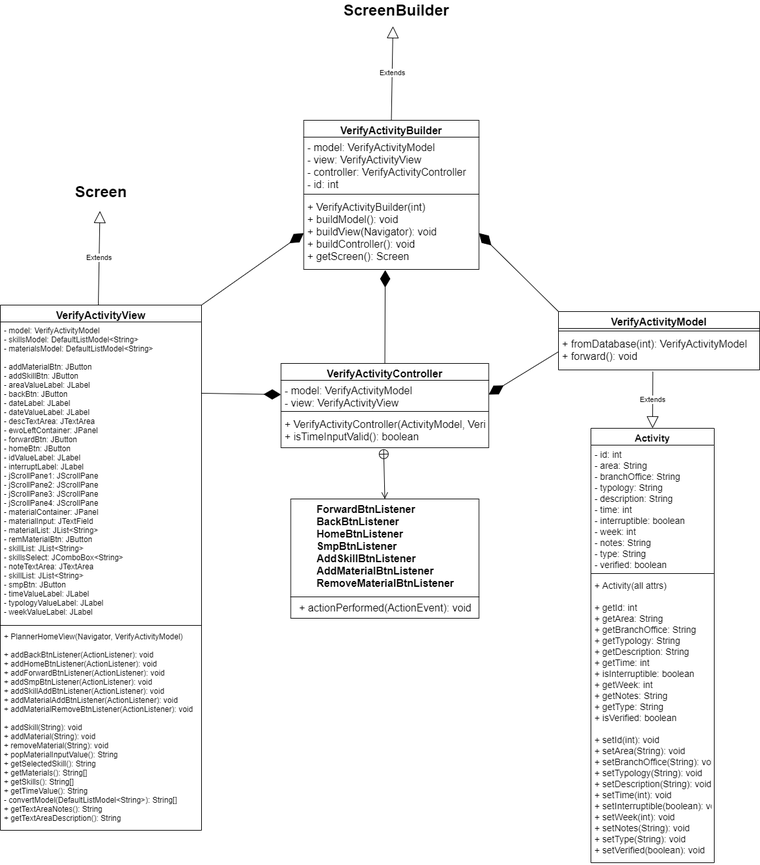
The draw.io diagram progettazione/MaintenanceAppVerifyActivity.png in MyUniversityProjects/MaintenanceApplication, before a commit. Source tidied: cells renumbered, new cells last; positions are measured from the earlier drawing's top-left corner, leaving out a move shared by most shapes.
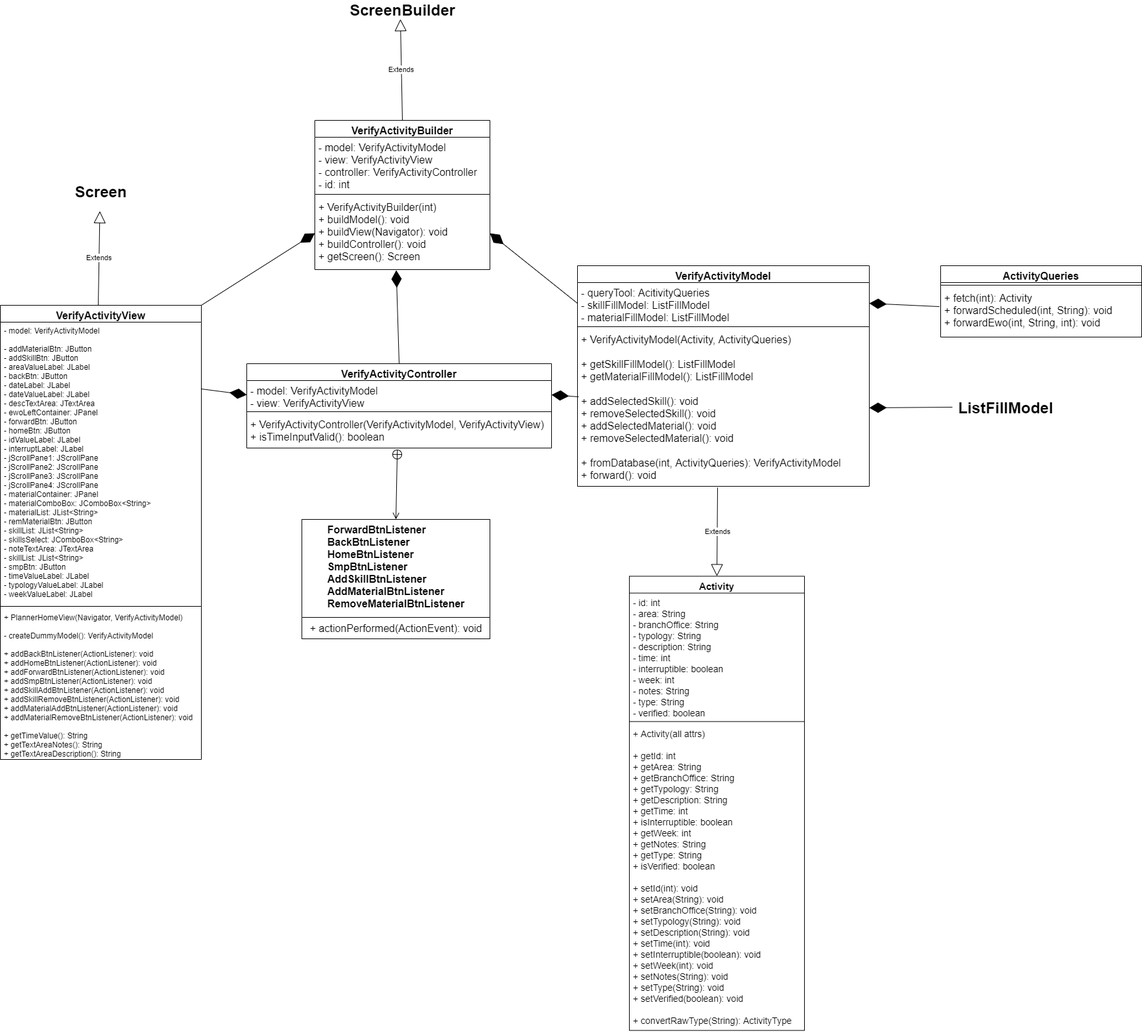
The same diagram one commit later.

Commit message:
add ManageUsers design and update VerifyActivity design

Diff of the diagram source:
```diff
@@ -3,42 +3,42 @@
     <mxCell id="0" />
     <mxCell id="1" parent="0" />
     <mxCell id="2" value="Activity" style="swimlane;fontStyle=1;align=center;verticalAlign=top;horizontal=1;startSize=26;fontSize=15;" parent="1" vertex="1">
-      <mxGeometry x="910" y="660" width="190" height="670" as="geometry" />
+      <mxGeometry x="970" y="887.5" width="270" height="700" as="geometry" />
     </mxCell>
     <mxCell id="3" value="- id: int&#10;- area: String&#10;- branchOffice: String&#10;- typology: String&#10;- description: String&#10;- time: int&#10;- interruptible: boolean&#10;- week: int&#10;- notes: String&#10;- type: String&#10;- verified: boolean" style="text;strokeColor=none;fillColor=none;align=left;verticalAlign=top;spacingLeft=4;spacingRight=4;overflow=hidden;fontSize=14;" parent="2" vertex="1">
-      <mxGeometry y="26" width="190" height="194" as="geometry" />
+      <mxGeometry y="26" width="270" height="194" as="geometry" />
     </mxCell>
     <mxCell id="4" style="line;strokeWidth=1;fillColor=none;align=left;verticalAlign=middle;spacingTop=-1;spacingLeft=3;spacingRight=3;labelPosition=right;" parent="2" vertex="1">
-      <mxGeometry y="220" width="190" height="8" as="geometry" />
+      <mxGeometry y="220" width="270" height="8" as="geometry" />
     </mxCell>
-    <mxCell id="5" value="+ Activity(all attrs)&#10;&#10;+ getId: int&#10;+ getArea: String&#10;+ getBranchOffice: String&#10;+ getTypology: String&#10;+ getDescription: String&#10;+ getTime: int&#10;+ isInterruptible: boolean&#10;+ getWeek: int&#10;+ getNotes: String&#10;+ getType: String&#10;+ isVerified: boolean&#10;&#10;+ setId(int): void&#10;+ setArea(String): void&#10;+ setBranchOffice(String): void&#10;+ setTypology(String): void&#10;+ setDescription(String): void&#10;+ setTime(int): void&#10;+ setInterruptible(boolean): void&#10;+ setWeek(int): void&#10;+ setNotes(String): void&#10;+ setType(String): void&#10;+ setVerified(boolean): void" style="text;strokeColor=none;fillColor=none;align=left;verticalAlign=top;spacingLeft=4;spacingRight=4;overflow=hidden;fontSize=14;" parent="2" vertex="1">
-      <mxGeometry y="228" width="190" height="442" as="geometry" />
+    <mxCell id="5" value="+ Activity(all attrs)&#10;&#10;+ getId: int&#10;+ getArea: String&#10;+ getBranchOffice: String&#10;+ getTypology: String&#10;+ getDescription: String&#10;+ getTime: int&#10;+ isInterruptible: boolean&#10;+ getWeek: int&#10;+ getNotes: String&#10;+ getType: String&#10;+ isVerified: boolean&#10;&#10;+ setId(int): void&#10;+ setArea(String): void&#10;+ setBranchOffice(String): void&#10;+ setTypology(String): void&#10;+ setDescription(String): void&#10;+ setTime(int): void&#10;+ setInterruptible(boolean): void&#10;+ setWeek(int): void&#10;+ setNotes(String): void&#10;+ setType(String): void&#10;+ setVerified(boolean): void&#10;&#10;+ convertRawType(String): ActivityType" style="text;strokeColor=none;fillColor=none;align=left;verticalAlign=top;spacingLeft=4;spacingRight=4;overflow=hidden;fontSize=14;" parent="2" vertex="1">
+      <mxGeometry y="228" width="270" height="472" as="geometry" />
     </mxCell>
     <mxCell id="6" value="VerifyActivityView" style="swimlane;fontStyle=1;align=center;verticalAlign=top;horizontal=1;startSize=26;fontSize=16;" parent="1" vertex="1">
-      <mxGeometry y="470" width="310" height="810" as="geometry" />
+      <mxGeometry y="470" width="310" height="700" as="geometry" />
     </mxCell>
-    <mxCell id="7" value="- model: VerifyActivityModel&#10;- skillsModel: DefaultListModel&lt;String&gt;&#10;- materialsModel: DefaultListModel&lt;String&gt;&#10;&#10;- addMaterialBtn: JButton&#10;- addSkillBtn: JButton&#10;- areaValueLabel: JLabel&#10;- backBtn: JButton&#10;- dateLabel: JLabel&#10;- dateValueLabel: JLabel&#10;- descTextArea: JTextArea&#10;- ewoLeftContainer: JPanel&#10;- forwardBtn: JButton&#10;- homeBtn: JButton&#10;- idValueLabel: JLabel&#10;- interruptLabel: JLabel&#10;- jScrollPane1: JScrollPane&#10;- jScrollPane2: JScrollPane&#10;- jScrollPane3: JScrollPane&#10;- jScrollPane4: JScrollPane&#10;- materialContainer: JPanel&#10;- materialInput: JTextField&#10;- materialList: JList&lt;String&gt;&#10;- remMaterialBtn: JButton&#10;- skillList: JList&lt;String&gt;&#10;- skillsSelect: JComboBox&lt;String&gt;&#10;- noteTextArea: JTextArea&#10;- skillList: JList&lt;String&gt;&#10;- smpBtn: JButton&#10;- timeValueLabel: JLabel&#10;- typologyValueLabel: JLabel&#10;- weekValueLabel: JLabel&#10;" style="text;strokeColor=none;fillColor=none;align=left;verticalAlign=top;spacingLeft=4;spacingRight=4;overflow=hidden;points=[[0,0.5],[1,0.5]];portConstraint=eastwest;" parent="6" vertex="1">
-      <mxGeometry y="26" width="310" height="464" as="geometry" />
+    <mxCell id="7" value="- model: VerifyActivityModel&#10;&#10;- addMaterialBtn: JButton&#10;- addSkillBtn: JButton&#10;- areaValueLabel: JLabel&#10;- backBtn: JButton&#10;- dateLabel: JLabel&#10;- dateValueLabel: JLabel&#10;- descTextArea: JTextArea&#10;- ewoLeftContainer: JPanel&#10;- forwardBtn: JButton&#10;- homeBtn: JButton&#10;- idValueLabel: JLabel&#10;- interruptLabel: JLabel&#10;- jScrollPane1: JScrollPane&#10;- jScrollPane2: JScrollPane&#10;- jScrollPane3: JScrollPane&#10;- jScrollPane4: JScrollPane&#10;- materialContainer: JPanel&#10;- materialComboBox: JComboBox&lt;String&gt;&#10;- materialList: JList&lt;String&gt;&#10;- remMaterialBtn: JButton&#10;- skillList: JList&lt;String&gt;&#10;- skillsSelect: JComboBox&lt;String&gt;&#10;- noteTextArea: JTextArea&#10;- skillList: JList&lt;String&gt;&#10;- smpBtn: JButton&#10;- timeValueLabel: JLabel&#10;- typologyValueLabel: JLabel&#10;- weekValueLabel: JLabel&#10;" style="text;strokeColor=none;fillColor=none;align=left;verticalAlign=top;spacingLeft=4;spacingRight=4;overflow=hidden;points=[[0,0.5],[1,0.5]];portConstraint=eastwest;" parent="6" vertex="1">
+      <mxGeometry y="26" width="310" height="434" as="geometry" />
     </mxCell>
     <mxCell id="8" style="line;strokeWidth=1;fillColor=none;align=left;verticalAlign=middle;spacingTop=-1;spacingLeft=3;spacingRight=3;labelPosition=right;" parent="6" vertex="1">
-      <mxGeometry y="490" width="310" height="8" as="geometry" />
+      <mxGeometry y="460" width="310" height="8" as="geometry" />
     </mxCell>
-    <mxCell id="9" value="+ PlannerHomeView(Navigator, VerifyActivityModel)&#10;&#10;+ addBackBtnListener(ActionListener): void&#10;+ addHomeBtnListener(ActionListener): void&#10;+ addForwardBtnListener(ActionListener): void&#10;+ addSmpBtnListener(ActionListener): void&#10;+ addSkillAddBtnListener(ActionListener): void&#10;+ addMaterialAddBtnListener(ActionListener): void&#10;+ addMaterialRemoveBtnListener(ActionListener): void&#10;&#10;+ addSkill(String): void&#10;+ addMaterial(String): void&#10;+ removeMaterial(String): void&#10;+ popMaterialInputValue(): String&#10;+ getSelectedSkill(): String&#10;+ getMaterials(): String[]&#10;+ getSkills(): String[]&#10;+ getTimeValue(): String&#10;- convertModel(DefaultListModel&lt;String&gt;): String[]&#10;+ getTextAreaNotes(): String&#10;+ getTextAreaDescription(): String" style="text;strokeColor=none;fillColor=none;align=left;verticalAlign=top;spacingLeft=4;spacingRight=4;overflow=hidden;" parent="6" vertex="1">
-      <mxGeometry y="498" width="310" height="312" as="geometry" />
+    <mxCell id="9" value="+ PlannerHomeView(Navigator, VerifyActivityModel)&#10;&#10;- createDummyModel(): VerifyActivityModel&#10;&#10;+ addBackBtnListener(ActionListener): void&#10;+ addHomeBtnListener(ActionListener): void&#10;+ addForwardBtnListener(ActionListener): void&#10;+ addSmpBtnListener(ActionListener): void&#10;+ addSkillAddBtnListener(ActionListener): void&#10;+ addSkillRemoveBtnListener(ActionListener): void&#10;+ addMaterialAddBtnListener(ActionListener): void&#10;+ addMaterialRemoveBtnListener(ActionListener): void&#10;&#10;+ getTimeValue(): String&#10;+ getTextAreaNotes(): String&#10;+ getTextAreaDescription(): String" style="text;strokeColor=none;fillColor=none;align=left;verticalAlign=top;spacingLeft=4;spacingRight=4;overflow=hidden;" parent="6" vertex="1">
+      <mxGeometry y="468" width="310" height="232" as="geometry" />
     </mxCell>
     <mxCell id="10" value="VerifyActivityController" style="swimlane;fontStyle=1;align=center;verticalAlign=top;horizontal=1;startSize=26;fontSize=16;" parent="1" vertex="1">
-      <mxGeometry x="432.5" y="560" width="320" height="130" as="geometry" />
+      <mxGeometry x="380" y="560" width="470" height="130" as="geometry" />
     </mxCell>
     <mxCell id="11" value="- model: VerifyActivityModel&#10;- view: VerifyActivityView" style="text;strokeColor=none;fillColor=none;align=left;verticalAlign=top;spacingLeft=4;spacingRight=4;overflow=hidden;points=[[0,0.5],[1,0.5]];portConstraint=eastwest;fontSize=16;" parent="10" vertex="1">
-      <mxGeometry y="26" width="320" height="44" as="geometry" />
+      <mxGeometry y="26" width="470" height="44" as="geometry" />
     </mxCell>
     <mxCell id="12" style="line;strokeWidth=1;fillColor=none;align=left;verticalAlign=middle;spacingTop=-1;spacingLeft=3;spacingRight=3;labelPosition=right;" parent="10" vertex="1">
-      <mxGeometry y="70" width="320" height="8" as="geometry" />
+      <mxGeometry y="70" width="470" height="8" as="geometry" />
     </mxCell>
-    <mxCell id="13" value="+ VerifyActivityController(ActivityModel, VerifyActivityView)&#10;+ isTimeInputValid(): boolean" style="text;strokeColor=none;fillColor=none;align=left;verticalAlign=top;spacingLeft=4;spacingRight=4;overflow=hidden;points=[[0,0.5],[1,0.5]];portConstraint=eastwest;fontSize=16;" parent="10" vertex="1">
-      <mxGeometry y="78" width="320" height="52" as="geometry" />
+    <mxCell id="13" value="+ VerifyActivityController(VerifyActivityModel, VerifyActivityView)&#10;+ isTimeInputValid(): boolean" style="text;strokeColor=none;fillColor=none;align=left;verticalAlign=top;spacingLeft=4;spacingRight=4;overflow=hidden;points=[[0,0.5],[1,0.5]];portConstraint=eastwest;fontSize=16;" parent="10" vertex="1">
+      <mxGeometry y="78" width="470" height="52" as="geometry" />
     </mxCell>
-    <mxCell id="14" style="endArrow=diamondThin;endFill=1;endSize=24;html=1;exitX=0;exitY=0.5;exitDx=0;exitDy=0;entryX=1;entryY=0.5;entryDx=0;entryDy=0;" parent="1" edge="1" source="19" target="11">
+    <mxCell id="14" style="endArrow=diamondThin;endFill=1;endSize=24;html=1;exitX=0.004;exitY=0.43;exitDx=0;exitDy=0;entryX=1;entryY=0.5;entryDx=0;entryDy=0;exitPerimeter=0;" parent="1" edge="1" source="39" target="11">
       <mxGeometry relative="1" as="geometry" />
     </mxCell>
     <mxCell id="15" style="endArrow=diamondThin;endFill=1;endSize=24;html=1;exitX=0.998;exitY=0.237;exitDx=0;exitDy=0;exitPerimeter=0;entryX=0;entryY=0.5;entryDx=0;entryDy=0;" parent="1" edge="1" source="7" target="11">
@@ -47,17 +47,8 @@
     <mxCell id="16" style="endArrow=open;startArrow=circlePlus;endFill=0;startFill=0;endSize=8;html=1;fontSize=13;entryX=0.5;entryY=0;entryDx=0;entryDy=0;exitX=0.494;exitY=1.036;exitDx=0;exitDy=0;exitPerimeter=0;" parent="1" edge="1" source="13" target="28">
       <mxGeometry relative="1" as="geometry" />
     </mxCell>
-    <mxCell id="17" value="VerifyActivityModel" style="swimlane;fontStyle=1;align=center;verticalAlign=top;horizontal=1;startSize=26;fontSize=16;" parent="1" vertex="1">
-      <mxGeometry x="860" y="480" width="310" height="90" as="geometry" />
-    </mxCell>
-    <mxCell id="18" style="line;strokeWidth=1;fillColor=none;align=left;verticalAlign=middle;spacingTop=-1;spacingLeft=3;spacingRight=3;labelPosition=right;" parent="17" vertex="1">
-      <mxGeometry y="26" width="310" height="8" as="geometry" />
-    </mxCell>
-    <mxCell id="19" value="+ fromDatabase(int): VerifyActivityModel&#10;+ forward(): void" style="text;strokeColor=none;fillColor=none;align=left;verticalAlign=top;spacingLeft=4;spacingRight=4;overflow=hidden;points=[[0,0.5],[1,0.5]];portConstraint=eastwest;fontSize=16;" parent="17" vertex="1">
-      <mxGeometry y="34" width="310" height="56" as="geometry" />
-    </mxCell>
     <mxCell id="20" value="VerifyActivityBuilder" style="swimlane;fontStyle=1;align=center;verticalAlign=top;horizontal=1;startSize=26;fontSize=16;" parent="1" vertex="1">
-      <mxGeometry x="467.5" y="185" width="270" height="230" as="geometry" />
+      <mxGeometry x="485" y="185" width="270" height="230" as="geometry" />
     </mxCell>
     <mxCell id="21" value="- model: VerifyActivityModel&#10;- view: VerifyActivityView&#10;- controller: VerifyActivityController&#10;- id: int" style="text;strokeColor=none;fillColor=none;align=left;verticalAlign=top;spacingLeft=4;spacingRight=4;overflow=hidden;fontSize=16;" parent="20" vertex="1">
       <mxGeometry y="26" width="270" height="84" as="geometry" />
@@ -68,19 +59,17 @@
     <mxCell id="23" value="+ VerifyActivityBuilder(int)&#10;+ buildModel(): void&#10;+ buildView(Navigator): void&#10;+ buildController(): void&#10;+ getScreen(): Screen" style="text;strokeColor=none;fillColor=none;align=left;verticalAlign=top;spacingLeft=4;spacingRight=4;overflow=hidden;points=[[0,0.5],[1,0.5]];portConstraint=eastwest;fontSize=16;" parent="20" vertex="1">
       <mxGeometry y="118" width="270" height="112" as="geometry" />
     </mxCell>
-    <mxCell id="24" value="Extends" style="endArrow=block;endSize=16;endFill=0;html=1;exitX=0.5;exitY=0;exitDx=0;exitDy=0;" parent="1" edge="1" source="20">
-      <mxGeometry relative="1" as="geometry">
-        <mxPoint x="605" y="40" as="targetPoint" />
-      </mxGeometry>
+    <mxCell id="24" value="Extends" style="endArrow=block;endSize=16;endFill=0;html=1;exitX=0.5;exitY=0;exitDx=0;exitDy=0;entryX=0.483;entryY=0.967;entryDx=0;entryDy=0;entryPerimeter=0;" parent="1" edge="1" source="20" target="30">
+      <mxGeometry relative="1" as="geometry" />
     </mxCell>
     <mxCell id="25" style="endArrow=diamondThin;endFill=1;endSize=24;html=1;entryX=0.465;entryY=1.009;entryDx=0;entryDy=0;entryPerimeter=0;exitX=0.5;exitY=0;exitDx=0;exitDy=0;" parent="1" edge="1" source="10" target="23">
       <mxGeometry relative="1" as="geometry" />
     </mxCell>
-    <mxCell id="26" value="Extends" style="endArrow=block;endSize=16;endFill=0;html=1;entryX=0.5;entryY=0;entryDx=0;entryDy=0;exitX=0.469;exitY=1.044;exitDx=0;exitDy=0;exitPerimeter=0;" parent="1" edge="1" source="19" target="2">
+    <mxCell id="26" value="Extends" style="endArrow=block;endSize=16;endFill=0;html=1;entryX=0.5;entryY=0;entryDx=0;entryDy=0;exitX=0.48;exitY=1.008;exitDx=0;exitDy=0;exitPerimeter=0;" parent="1" edge="1" source="39" target="2">
       <mxGeometry relative="1" as="geometry" />
     </mxCell>
     <mxCell id="27" style="group;" parent="1" vertex="1">
-      <mxGeometry x="447.5" y="769" width="290" height="184" as="geometry" />
+      <mxGeometry x="465" y="800" width="290" height="184" as="geometry" />
     </mxCell>
     <mxCell id="28" value="&lt;div style=&quot;text-align: left ; font-size: 16px&quot;&gt;&lt;span style=&quot;font-weight: 700&quot;&gt;&lt;font style=&quot;font-size: 16px&quot;&gt;ForwardBtnListener&lt;/font&gt;&lt;/span&gt;&lt;/div&gt;&lt;span style=&quot;font-weight: 700 ; font-size: 16px&quot;&gt;&lt;div style=&quot;text-align: left&quot;&gt;&lt;span&gt;&lt;font style=&quot;font-size: 16px&quot;&gt;BackBtnListener&lt;/font&gt;&lt;/span&gt;&lt;/div&gt;&lt;/span&gt;&lt;div style=&quot;font-weight: 700 ; text-align: left ; font-size: 16px&quot;&gt;&lt;span&gt;&lt;font style=&quot;font-size: 16px&quot;&gt;HomeBtnListener&lt;/font&gt;&lt;/span&gt;&lt;/div&gt;&lt;div style=&quot;font-weight: 700 ; text-align: left ; font-size: 16px&quot;&gt;&lt;font style=&quot;font-size: 16px&quot;&gt;&lt;span&gt;SmpBtnListener&lt;/span&gt;&lt;span&gt;&lt;br&gt;&lt;/span&gt;&lt;/font&gt;&lt;/div&gt;&lt;div style=&quot;text-align: left ; font-size: 16px&quot;&gt;&lt;font style=&quot;font-size: 16px&quot;&gt;&lt;b&gt;AddSkillBtnListener&lt;/b&gt;&lt;br&gt;&lt;/font&gt;&lt;/div&gt;&lt;div style=&quot;text-align: left ; font-size: 16px&quot;&gt;&lt;font style=&quot;font-size: 16px&quot;&gt;&lt;b&gt;AddMaterialBtnListener&lt;/b&gt;&lt;br&gt;&lt;/font&gt;&lt;/div&gt;&lt;div style=&quot;text-align: left ; font-size: 16px&quot;&gt;&lt;b&gt;&lt;font style=&quot;font-size: 16px&quot;&gt;RemoveMaterialBtnListener&lt;/font&gt;&lt;/b&gt;&lt;br&gt;&lt;/div&gt;" style="html=1;rounded=0;shadow=0;glass=0;sketch=0;verticalAlign=top;" parent="27" vertex="1">
       <mxGeometry width="290" height="151" as="geometry" />
@@ -89,7 +78,7 @@
       <mxGeometry y="151" width="290" height="33" as="geometry" />
     </mxCell>
     <mxCell id="30" value="ScreenBuilder" style="text;html=1;align=center;verticalAlign=middle;points=[];fontSize=24;fontStyle=1;" parent="1" vertex="1">
-      <mxGeometry x="520" width="180" height="30" as="geometry" />
+      <mxGeometry x="530" width="180" height="30" as="geometry" />
     </mxCell>
     <mxCell id="31" value="Screen" style="text;html=1;align=center;verticalAlign=middle;fontSize=24;fontStyle=1;" parent="1" vertex="1">
       <mxGeometry x="105" y="280" width="100" height="30" as="geometry" />
@@ -103,8 +92,38 @@
     <mxCell id="33" style="endArrow=diamondThin;endFill=1;endSize=24;html=1;entryX=0;entryY=0.5;entryDx=0;entryDy=0;exitX=1;exitY=0;exitDx=0;exitDy=0;" parent="1" edge="1" source="6" target="23">
       <mxGeometry relative="1" as="geometry" />
     </mxCell>
-    <mxCell id="34" style="endArrow=diamondThin;endFill=1;endSize=24;html=1;entryX=1;entryY=0.5;entryDx=0;entryDy=0;exitX=0;exitY=0;exitDx=0;exitDy=0;" parent="1" edge="1" source="17" target="23">
+    <mxCell id="34" style="endArrow=diamondThin;endFill=1;endSize=24;html=1;entryX=1;entryY=0.5;entryDx=0;entryDy=0;exitX=0;exitY=0.5;exitDx=0;exitDy=0;" parent="1" edge="1" source="37" target="23">
       <mxGeometry relative="1" as="geometry" />
     </mxCell>
+    <mxCell id="35" value="ActivityQueries" style="swimlane;fontStyle=1;align=center;verticalAlign=top;horizontal=1;startSize=26;fontSize=16;" parent="1" vertex="1">
+      <mxGeometry x="1450" y="409" width="310" height="110" as="geometry" />
+    </mxCell>
+    <mxCell id="18" style="line;strokeWidth=1;fillColor=none;align=left;verticalAlign=middle;spacingTop=-1;spacingLeft=3;spacingRight=3;labelPosition=right;" parent="35" vertex="1">
+      <mxGeometry y="26" width="310" height="8" as="geometry" />
+    </mxCell>
+    <mxCell id="36" value="+ fetch(int): Activity&#10;+ forwardScheduled(int, String): void&#10;+ forwardEwo(int, String, int): void" style="text;strokeColor=none;fillColor=none;align=left;verticalAlign=top;spacingLeft=4;spacingRight=4;overflow=hidden;points=[[0,0.5],[1,0.5]];portConstraint=eastwest;fontSize=16;" parent="35" vertex="1">
+      <mxGeometry y="34" width="310" height="76" as="geometry" />
+    </mxCell>
+    <mxCell id="17" value="VerifyActivityModel" style="swimlane;fontStyle=1;align=center;verticalAlign=top;horizontal=1;startSize=26;fontSize=16;" parent="1" vertex="1">
+      <mxGeometry x="890" y="409" width="450" height="340" as="geometry" />
+    </mxCell>
+    <mxCell id="37" value="- queryTool: AcitivityQueries&#10;- skillFillModel: ListFillModel&#10;- materialFillModel: ListFillModel" style="text;strokeColor=none;fillColor=none;align=left;verticalAlign=top;spacingLeft=4;spacingRight=4;overflow=hidden;points=[[0,0.5],[1,0.5]];portConstraint=eastwest;fontSize=16;fontStyle=0;" parent="17" vertex="1">
+      <mxGeometry y="26" width="450" height="64" as="geometry" />
+    </mxCell>
+    <mxCell id="38" style="line;strokeWidth=1;fillColor=none;align=left;verticalAlign=middle;spacingTop=-1;spacingLeft=3;spacingRight=3;labelPosition=right;" parent="17" vertex="1">
+      <mxGeometry y="90" width="450" height="8" as="geometry" />
+    </mxCell>
+    <mxCell id="39" value="+ VerifyActivityModel(Activity, ActivityQueries)&#10;&#10;+ getSkillFillModel(): ListFillModel&#10;+ getMaterialFillModel(): ListFillModel&#10;&#10;+ addSelectedSkill(): void&#10;+ removeSelectedSkill(): void&#10;+ addSelectedMaterial(): void&#10;+ removeSelectedMaterial(): void&#10;&#10;+ fromDatabase(int, ActivityQueries): VerifyActivityModel&#10;+ forward(): void" style="text;strokeColor=none;fillColor=none;align=left;verticalAlign=top;spacingLeft=4;spacingRight=4;overflow=hidden;points=[[0,0.5],[1,0.5]];portConstraint=eastwest;fontSize=16;" parent="17" vertex="1">
+      <mxGeometry y="98" width="450" height="242" as="geometry" />
+    </mxCell>
+    <mxCell id="40" style="endArrow=diamondThin;endFill=1;endSize=24;html=1;exitX=-0.006;exitY=0.382;exitDx=0;exitDy=0;entryX=1;entryY=0.5;entryDx=0;entryDy=0;exitPerimeter=0;" parent="1" edge="1" source="36" target="37">
+      <mxGeometry relative="1" as="geometry" />
+    </mxCell>
+    <mxCell id="41" style="endArrow=diamondThin;endFill=1;endSize=24;html=1;entryX=1;entryY=0.5;entryDx=0;entryDy=0;exitX=-0.012;exitY=0.467;exitDx=0;exitDy=0;exitPerimeter=0;" parent="1" edge="1" source="42" target="39">
+      <mxGeometry relative="1" as="geometry" />
+    </mxCell>
+    <mxCell id="42" value="ListFillModel" style="text;html=1;align=center;verticalAlign=middle;points=[];fontSize=24;fontStyle=1;" parent="1" vertex="1">
+      <mxGeometry x="1470" y="613" width="160" height="30" as="geometry" />
+    </mxCell>
   </root>
 </mxGraphModel>
```
